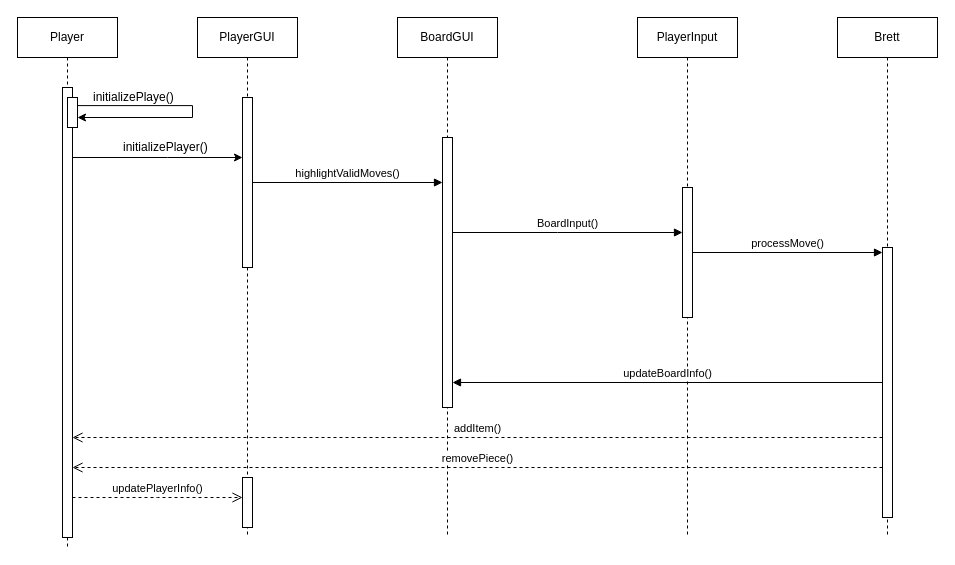
This is SequenzdiagrammSpielzug.drawio from Swagsy/Eclipselovers69, a draw.io file, before an edit. Source tidied: cells renumbered, new cells numbered last; positions are measured from the earlier drawing's top-left corner, leaving out a move shared by most shapes. Both pictures are drawn from the tidied source at 100%, with x=0, y=0 at pixel (17, 17).
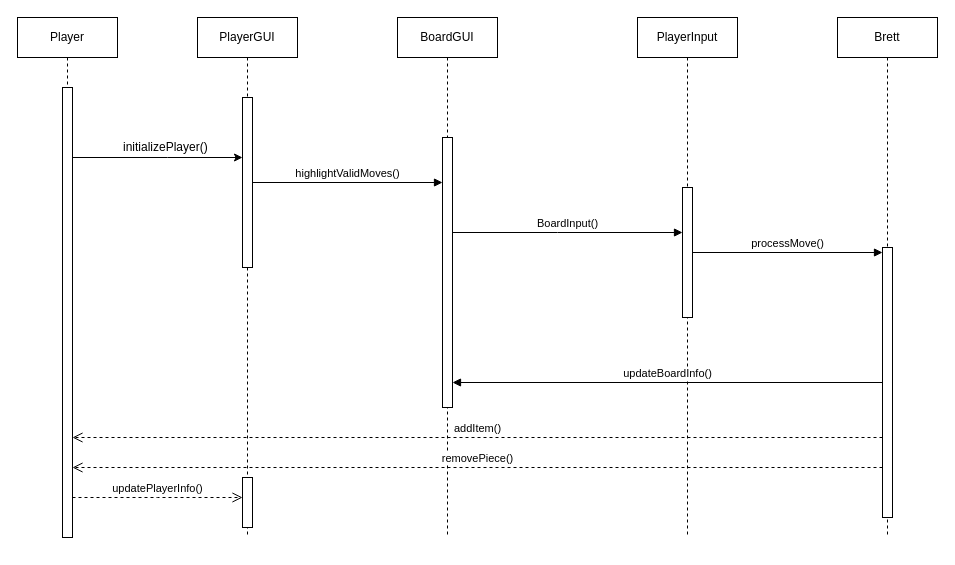
Above is the later version.

What changed in the source:
```diff
@@
     <mxCell id="2" value="Player" style="shape=umlLifeline;perimeter=lifelinePerimeter;whiteSpace=wrap;html=1;newEdgeStyle={&quot;edgeStyle&quot;:&quot;elbowEdgeStyle&quot;,&quot;elbow&quot;:&quot;vertical&quot;,&quot;curved&quot;:0,&quot;rounded&quot;:0};" parent="1" vertex="1">
-      <mxGeometry width="100" height="530" as="geometry" />
+      <mxGeometry width="100" height="520" as="geometry" />
     </mxCell>
@@
-    <mxCell id="4" style="html=1;points=[];perimeter=orthogonalPerimeter;outlineConnect=0;targetShapes=umlLifeline;portConstraint=eastwest;newEdgeStyle={&quot;edgeStyle&quot;:&quot;elbowEdgeStyle&quot;,&quot;elbow&quot;:&quot;vertical&quot;,&quot;curved&quot;:0,&quot;rounded&quot;:0};" parent="2" vertex="1">
-      <mxGeometry x="50" y="80" width="10" height="30" as="geometry" />
-    </mxCell>
@@
-    <mxCell id="12" value="initializePlaye()" style="text;strokeColor=none;fillColor=none;align=left;verticalAlign=middle;spacingLeft=4;spacingRight=4;overflow=hidden;whiteSpace=wrap;html=1;" parent="1" vertex="1">
-      <mxGeometry x="70" y="70" width="90" height="20" as="geometry" />
-    </mxCell>
@@
-    <mxCell id="15" style="endArrow=classic;html=1;rounded=0;" parent="1" edge="1" source="4">
-      <mxGeometry relative="1" as="geometry">
-        <mxPoint x="60" y="100" as="targetPoint" />
-        <Array as="points">
-          <mxPoint x="175" y="88.1" />
-          <mxPoint x="175" y="100" />
-        </Array>
-      </mxGeometry>
-    </mxCell>
```
